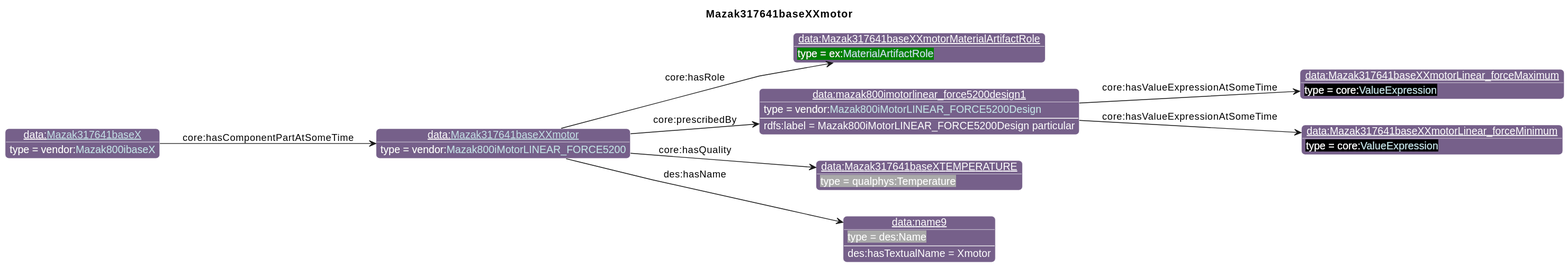
iofoundry/example-syseng-mtconnect keeps this PlantUML diagram as diagrams/Mazak317641baseXXmotor.svg. Above is the earlier version.
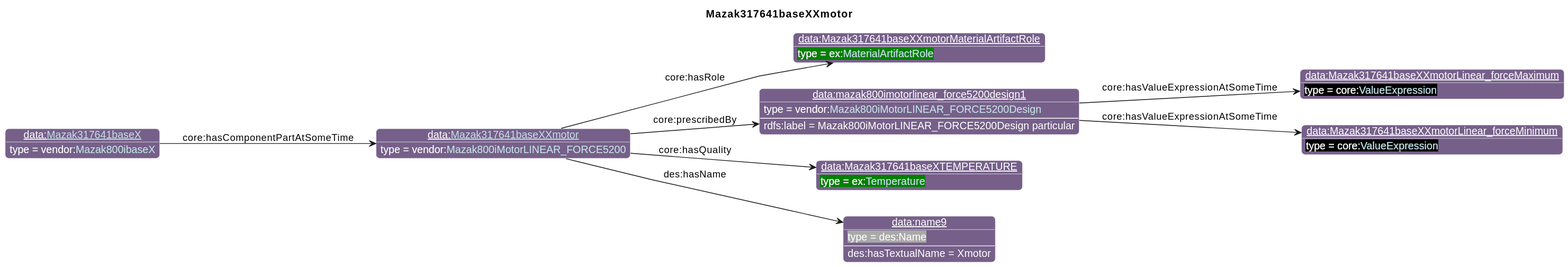
After the commit.

Change to the diagram source:
```diff
@@ -30,7 +30,7 @@
 individual(o2, data:mazak800imotorlinear_force5200design1, vendor:[[../Mazak.html#Mazak800iMotorLINEAR_FORCE5200Design Mazak800iMotorLINEAR_FORCE5200Design]])
 individual(o3, data:Mazak317641baseXXmotorLinear_forceMaximum, core:[[https://spec.industrialontologies.org/ontology/core/Core/ValueExpression ValueExpression]])
 individual(o4, data:Mazak317641baseXXmotorLinear_forceMinimum, core:[[https://spec.industrialontologies.org/ontology/core/Core/ValueExpression ValueExpression]])
-individual(o5, data:Mazak317641baseXTEMPERATURE, qualphys:Temperature)
+individual(o5, data:Mazak317641baseXTEMPERATURE, ex:[[../Example.html#Temperature Temperature]])
 individual(o6, data:name9, des:Name)
 individual(o7, data:[[./Mazak317641baseX.html Mazak317641baseX]], vendor:[[../Mazak.html#Mazak800ibaseX Mazak800ibaseX]])
 property(o0, "core:hasRole", o1)
```
